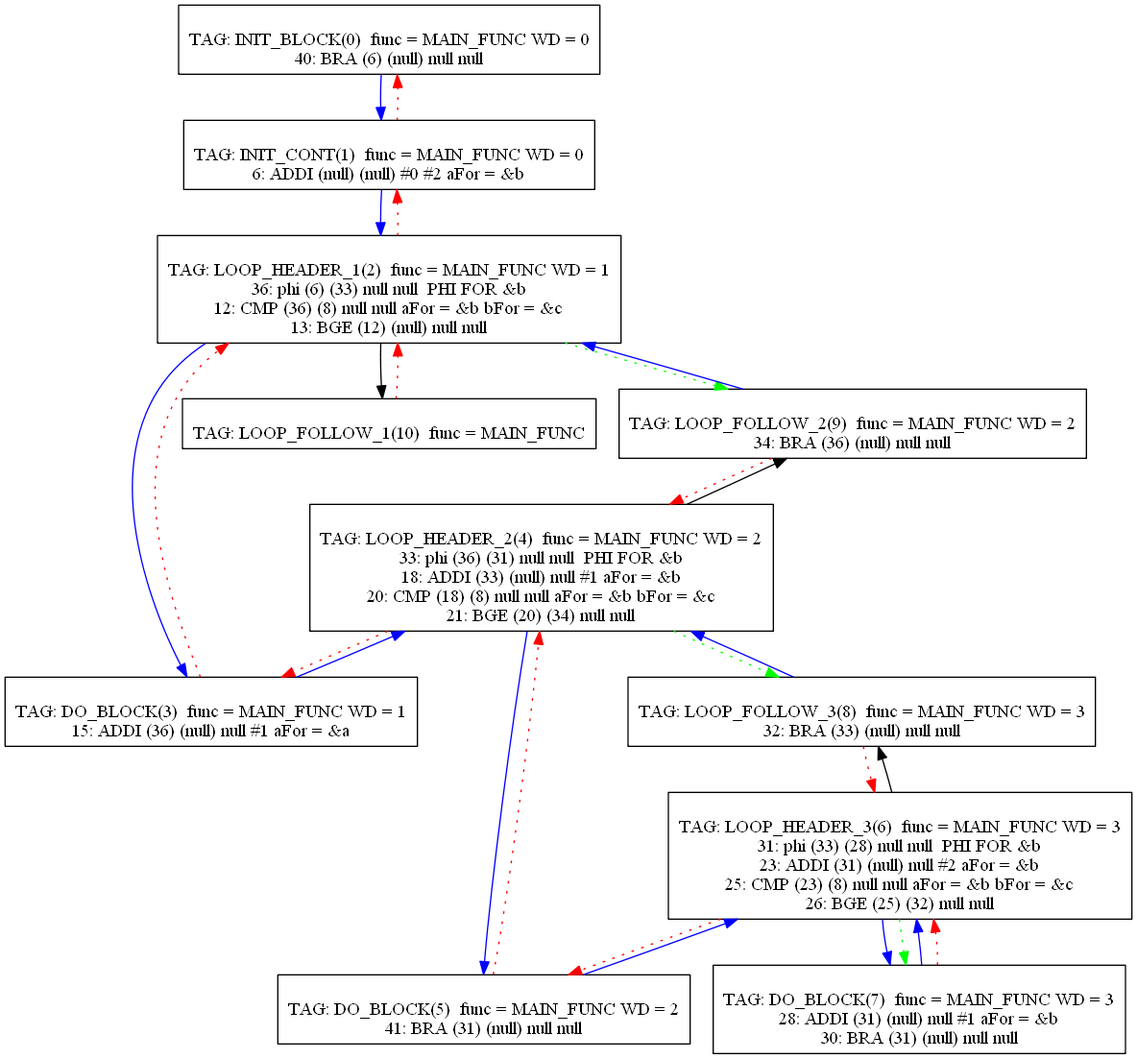
Earlier version of the Graphviz export Compiler/22graph.png (mbajaj92/Project-Astoria). Its source is kept beside it as Compiler/22graph.dot. Source of this version:
```dot
digraph {
0[label="
TAG: INIT_BLOCK(0)  func = MAIN_FUNC WD = 0
40: BRA (6) (null) null null
"];
0[shape=box];
0 -> 1[color=blue]
1[label="
TAG: INIT_CONT(1)  func = MAIN_FUNC WD = 0
6: ADDI (null) (null) #0 #2 aFor = &b
"];
1[shape=box];
1 -> 2[color=blue]
1 -> 0[color=red][style=dotted]
2[label="
TAG: LOOP_HEADER_1(2)  func = MAIN_FUNC WD = 1
36: phi (6) (33) null null  PHI FOR &b
12: CMP (36) (8) null null aFor = &b bFor = &c
13: BGE (12) (null) null null
"];
2[shape=box];
2 -> 3[color=blue]
2 -> 10[color=black]
2 -> 1[color=red][style=dotted]
2 -> 9[color=green][style=dotted]
3[label="
TAG: DO_BLOCK(3)  func = MAIN_FUNC WD = 1
15: ADDI (36) (null) null #1 aFor = &a
"];
3[shape=box];
3 -> 4[color=blue]
3 -> 2[color=red][style=dotted]
4[label="
TAG: LOOP_HEADER_2(4)  func = MAIN_FUNC WD = 2
33: phi (36) (31) null null  PHI FOR &b
18: ADDI (33) (null) null #1 aFor = &b
20: CMP (18) (8) null null aFor = &b bFor = &c
21: BGE (20) (34) null null
"];
4[shape=box];
4 -> 5[color=blue]
4 -> 9[color=black]
4 -> 3[color=red][style=dotted]
4 -> 8[color=green][style=dotted]
5[label="
TAG: DO_BLOCK(5)  func = MAIN_FUNC WD = 2
41: BRA (31) (null) null null
"];
5[shape=box];
5 -> 6[color=blue]
5 -> 4[color=red][style=dotted]
6[label="
TAG: LOOP_HEADER_3(6)  func = MAIN_FUNC WD = 3
31: phi (33) (28) null null  PHI FOR &b
23: ADDI (31) (null) null #2 aFor = &b
25: CMP (23) (8) null null aFor = &b bFor = &c
26: BGE (25) (32) null null
"];
6[shape=box];
6 -> 7[color=blue]
6 -> 8[color=black]
6 -> 5[color=red][style=dotted]
6 -> 7[color=green][style=dotted]
7[label="
TAG: DO_BLOCK(7)  func = MAIN_FUNC WD = 3
28: ADDI (31) (null) null #1 aFor = &b
30: BRA (31) (null) null null
"];
7[shape=box];
7 -> 6[color=blue]
7 -> 6[color=red][style=dotted]
8[label="
TAG: LOOP_FOLLOW_3(8)  func = MAIN_FUNC WD = 3
32: BRA (33) (null) null null
"];
8[shape=box];
8 -> 4[color=blue]
8 -> 6[color=red][style=dotted]
9[label="
TAG: LOOP_FOLLOW_2(9)  func = MAIN_FUNC WD = 2
34: BRA (36) (null) null null
"];
9[shape=box];
9 -> 2[color=blue]
9 -> 4[color=red][style=dotted]
10[label="
TAG: LOOP_FOLLOW_1(10)  func = MAIN_FUNC
"];
10[shape=box];
10 -> 2[color=red][style=dotted]
}
```
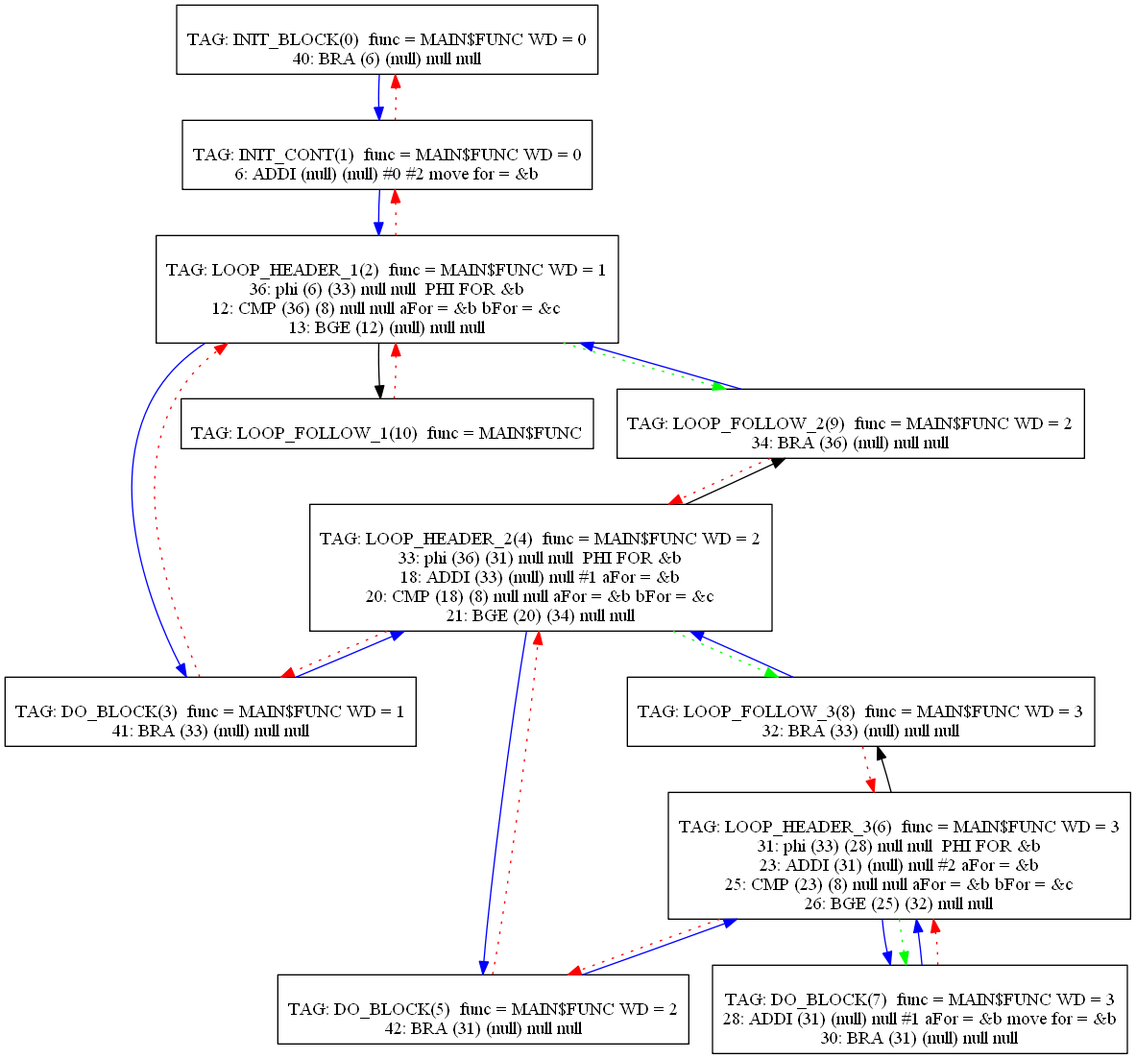
After the change.

Change to the diagram source:
```diff
@@ -1,19 +1,19 @@
 digraph {
 0[label="
-TAG: INIT_BLOCK(0)  func = MAIN_FUNC WD = 0
+TAG: INIT_BLOCK(0)  func = MAIN$FUNC WD = 0
 40: BRA (6) (null) null null
 "];
 0[shape=box];
 0 -> 1[color=blue]
 1[label="
-TAG: INIT_CONT(1)  func = MAIN_FUNC WD = 0
-6: ADDI (null) (null) #0 #2 aFor = &b
+TAG: INIT_CONT(1)  func = MAIN$FUNC WD = 0
+6: ADDI (null) (null) #0 #2 move for = &b
 "];
 1[shape=box];
 1 -> 2[color=blue]
 1 -> 0[color=red][style=dotted]
 2[label="
-TAG: LOOP_HEADER_1(2)  func = MAIN_FUNC WD = 1
+TAG: LOOP_HEADER_1(2)  func = MAIN$FUNC WD = 1
 36: phi (6) (33) null null  PHI FOR &b
 12: CMP (36) (8) null null aFor = &b bFor = &c
 13: BGE (12) (null) null null
@@ -24,14 +24,14 @@
 2 -> 1[color=red][style=dotted]
 2 -> 9[color=green][style=dotted]
 3[label="
-TAG: DO_BLOCK(3)  func = MAIN_FUNC WD = 1
-15: ADDI (36) (null) null #1 aFor = &a
+TAG: DO_BLOCK(3)  func = MAIN$FUNC WD = 1
+41: BRA (33) (null) null null
 "];
 3[shape=box];
 3 -> 4[color=blue]
 3 -> 2[color=red][style=dotted]
 4[label="
-TAG: LOOP_HEADER_2(4)  func = MAIN_FUNC WD = 2
+TAG: LOOP_HEADER_2(4)  func = MAIN$FUNC WD = 2
 33: phi (36) (31) null null  PHI FOR &b
 18: ADDI (33) (null) null #1 aFor = &b
 20: CMP (18) (8) null null aFor = &b bFor = &c
@@ -43,14 +43,14 @@
 4 -> 3[color=red][style=dotted]
 4 -> 8[color=green][style=dotted]
 5[label="
-TAG: DO_BLOCK(5)  func = MAIN_FUNC WD = 2
-41: BRA (31) (null) null null
+TAG: DO_BLOCK(5)  func = MAIN$FUNC WD = 2
+42: BRA (31) (null) null null
 "];
 5[shape=box];
 5 -> 6[color=blue]
 5 -> 4[color=red][style=dotted]
 6[label="
-TAG: LOOP_HEADER_3(6)  func = MAIN_FUNC WD = 3
+TAG: LOOP_HEADER_3(6)  func = MAIN$FUNC WD = 3
 31: phi (33) (28) null null  PHI FOR &b
 23: ADDI (31) (null) null #2 aFor = &b
 25: CMP (23) (8) null null aFor = &b bFor = &c
@@ -62,29 +62,29 @@
 6 -> 5[color=red][style=dotted]
 6 -> 7[color=green][style=dotted]
 7[label="
-TAG: DO_BLOCK(7)  func = MAIN_FUNC WD = 3
-28: ADDI (31) (null) null #1 aFor = &b
+TAG: DO_BLOCK(7)  func = MAIN$FUNC WD = 3
+28: ADDI (31) (null) null #1 aFor = &b move for = &b
 30: BRA (31) (null) null null
 "];
 7[shape=box];
 7 -> 6[color=blue]
 7 -> 6[color=red][style=dotted]
 8[label="
-TAG: LOOP_FOLLOW_3(8)  func = MAIN_FUNC WD = 3
+TAG: LOOP_FOLLOW_3(8)  func = MAIN$FUNC WD = 3
 32: BRA (33) (null) null null
 "];
 8[shape=box];
 8 -> 4[color=blue]
 8 -> 6[color=red][style=dotted]
 9[label="
-TAG: LOOP_FOLLOW_2(9)  func = MAIN_FUNC WD = 2
+TAG: LOOP_FOLLOW_2(9)  func = MAIN$FUNC WD = 2
 34: BRA (36) (null) null null
 "];
 9[shape=box];
 9 -> 2[color=blue]
 9 -> 4[color=red][style=dotted]
 10[label="
-TAG: LOOP_FOLLOW_1(10)  func = MAIN_FUNC
+TAG: LOOP_FOLLOW_1(10)  func = MAIN$FUNC
 "];
 10[shape=box];
 10 -> 2[color=red][style=dotted]
```
